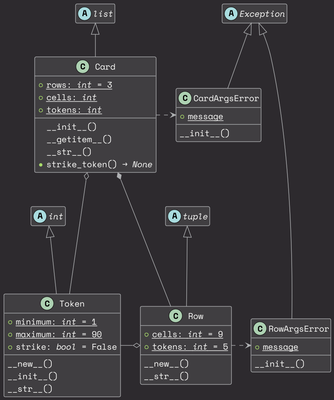
The PlantUML diagram docs/model.png in learning-AIU/python-developer-9, before a commit.
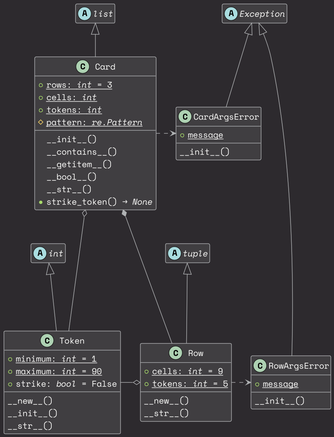
Above is the later version.

Commit message:
модель игровых элементов: новые атрибуты и перегрузки

>class Card

The edit, as a diff of the source:
```diff
@@ -43,8 +43,11 @@
     +{static}rows: <i>int</i> = 3
     +{static}cells: <i>int</i>
     +{static}tokens: <i>int</i>
+    #{static}pattern: <i>re.Pattern</i>
     __init__()
+    __contains__()
     __getitem__()
+    __bool__()
     __str__()
     +strike_token() → <i>None</i>
 }
```
